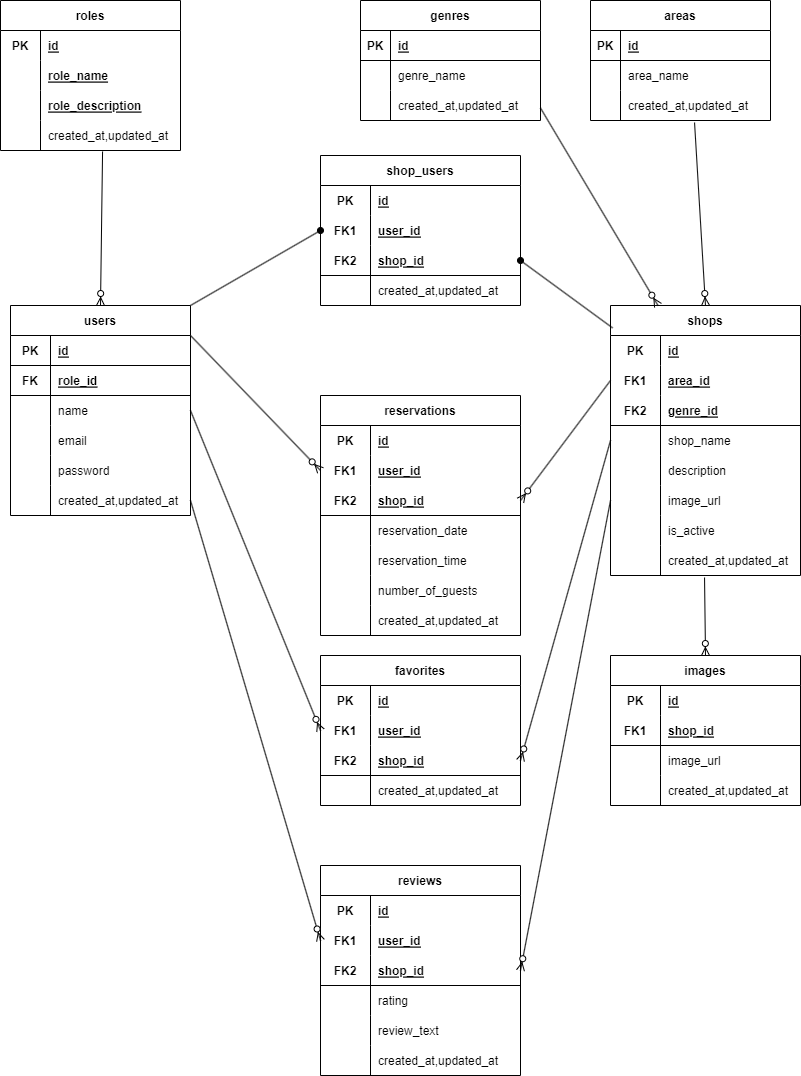
The draw.io diagram er.drawio.png in fujico23/rese-system-application, before a commit. Source tidied: cells renumbered, new cells last; positions are measured from the earlier drawing's top-left corner, leaving out a move shared by most shapes.
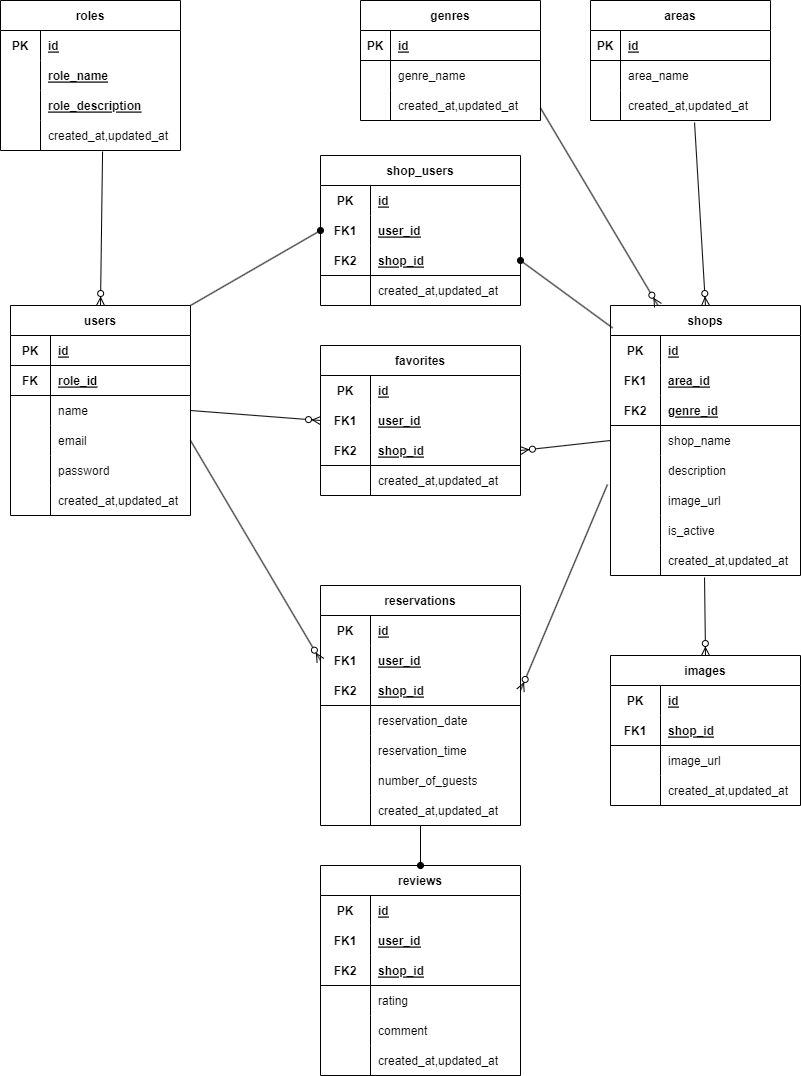
The same file after the commit.

Diff of the diagram source:
```diff
@@ -195,7 +195,7 @@
       <mxGeometry x="50" width="140" height="30" as="geometry" />
     </mxCell>
     <mxCell id="66" value="favorites" style="shape=table;startSize=30;rowLines=0;fontStyle=1;align=center;rounded=0;" parent="1" vertex="1">
-      <mxGeometry x="320" y="655" width="200" height="150" as="geometry" />
+      <mxGeometry x="320" y="345" width="200" height="150" as="geometry" />
     </mxCell>
     <mxCell id="67" style="shape=tableRow;horizontal=0;startSize=0;swimlaneHead=0;swimlaneBody=0;fillColor=none;top=0;left=0;right=0;bottom=0;rounded=0;" parent="66" vertex="1">
       <mxGeometry y="30" width="200" height="30" as="geometry" />
@@ -234,7 +234,7 @@
       <mxGeometry x="50" width="150" height="30" as="geometry" />
     </mxCell>
     <mxCell id="79" value="reservations" style="shape=table;startSize=30;rowLines=0;fontStyle=1;align=center;rounded=0;" parent="1" vertex="1">
-      <mxGeometry x="320" y="395" width="200" height="240" as="geometry" />
+      <mxGeometry x="320" y="585" width="200" height="240" as="geometry" />
     </mxCell>
     <mxCell id="80" style="shape=tableRow;horizontal=0;startSize=0;swimlaneHead=0;swimlaneBody=0;fillColor=none;top=0;left=0;right=0;bottom=0;rounded=0;" parent="79" vertex="1">
       <mxGeometry y="30" width="200" height="30" as="geometry" />
@@ -341,12 +341,10 @@
     <mxCell id="114" style="fontSize=12;html=1;endArrow=ERzeroToMany;endFill=1;rounded=0;exitX=1;exitY=0.5;exitDx=0;exitDy=0;entryX=0;entryY=0.5;entryDx=0;entryDy=0;" parent="1" edge="1" source="9" target="70">
       <mxGeometry relative="1" as="geometry" />
     </mxCell>
-    <mxCell id="115" style="fontSize=12;html=1;endArrow=ERzeroToMany;endFill=1;rounded=0;exitX=1;exitY=0.5;exitDx=0;exitDy=0;entryX=0;entryY=0.5;entryDx=0;entryDy=0;" parent="1" edge="1" target="83">
-      <mxGeometry relative="1" as="geometry">
-        <mxPoint x="190" y="335" as="sourcePoint" />
-      </mxGeometry>
+    <mxCell id="115" style="fontSize=12;html=1;endArrow=ERzeroToMany;endFill=1;rounded=0;exitX=1;exitY=0.5;exitDx=0;exitDy=0;entryX=0;entryY=0.5;entryDx=0;entryDy=0;" parent="1" edge="1" source="12" target="83">
+      <mxGeometry relative="1" as="geometry" />
     </mxCell>
-    <mxCell id="116" style="fontSize=12;html=1;endArrow=ERzeroToMany;endFill=1;rounded=0;entryX=1;entryY=0.5;entryDx=0;entryDy=0;exitX=0;exitY=0.5;exitDx=0;exitDy=0;" parent="1" edge="1" source="45" target="86">
+    <mxCell id="116" style="fontSize=12;html=1;endArrow=ERzeroToMany;endFill=1;rounded=0;entryX=1;entryY=0.5;entryDx=0;entryDy=0;exitX=-0.016;exitY=-0.033;exitDx=0;exitDy=0;exitPerimeter=0;" parent="1" edge="1" source="57" target="86">
       <mxGeometry relative="1" as="geometry" />
     </mxCell>
     <mxCell id="117" style="fontSize=12;html=1;endArrow=ERzeroToMany;endFill=1;rounded=0;entryX=1;entryY=0.5;entryDx=0;entryDy=0;exitX=0;exitY=0.5;exitDx=0;exitDy=0;" parent="1" edge="1" source="51" target="73">
@@ -405,7 +403,7 @@
     <mxCell id="134" style="shape=partialRectangle;fillColor=none;top=0;left=0;bottom=0;right=0;overflow=hidden;rounded=0;" parent="133" vertex="1">
       <mxGeometry width="50" height="30" as="geometry" />
     </mxCell>
-    <mxCell id="135" value="review_text" style="shape=partialRectangle;fillColor=none;top=0;left=0;bottom=0;right=0;align=left;spacingLeft=6;overflow=hidden;rounded=0;" parent="133" vertex="1">
+    <mxCell id="135" value="comment" style="shape=partialRectangle;fillColor=none;top=0;left=0;bottom=0;right=0;align=left;spacingLeft=6;overflow=hidden;rounded=0;" parent="133" vertex="1">
       <mxGeometry x="50" width="150" height="30" as="geometry" />
     </mxCell>
     <mxCell id="136" style="shape=tableRow;horizontal=0;startSize=0;swimlaneHead=0;swimlaneBody=0;fillColor=none;top=0;left=0;right=0;bottom=0;rounded=0;" parent="120" vertex="1">
@@ -417,12 +415,6 @@
     <mxCell id="138" value="created_at,updated_at" style="shape=partialRectangle;fillColor=none;top=0;left=0;bottom=0;right=0;align=left;spacingLeft=6;overflow=hidden;rounded=0;" parent="136" vertex="1">
       <mxGeometry x="50" width="150" height="30" as="geometry" />
     </mxCell>
-    <mxCell id="139" style="fontSize=12;html=1;endArrow=ERzeroToMany;endFill=1;rounded=0;exitX=1;exitY=0.5;exitDx=0;exitDy=0;entryX=0;entryY=0.5;entryDx=0;entryDy=0;" parent="1" edge="1" source="18" target="124">
-      <mxGeometry relative="1" as="geometry" />
-    </mxCell>
-    <mxCell id="140" style="fontSize=12;html=1;endArrow=ERzeroToMany;endFill=1;rounded=0;entryX=1;entryY=0.5;entryDx=0;entryDy=0;exitX=0;exitY=0.5;exitDx=0;exitDy=0;" parent="1" edge="1" source="57" target="127">
-      <mxGeometry relative="1" as="geometry" />
-    </mxCell>
     <mxCell id="141" style="fontSize=12;html=1;endArrow=ERzeroToMany;endFill=1;rounded=0;exitX=0.567;exitY=1.033;exitDx=0;exitDy=0;entryX=0.5;entryY=0;entryDx=0;entryDy=0;exitPerimeter=0;" parent="1" edge="1" source="111" target="2">
       <mxGeometry relative="1" as="geometry" />
     </mxCell>
@@ -513,5 +505,8 @@
     <mxCell id="170" style="fontSize=12;html=1;endArrow=oval;endFill=1;rounded=0;entryX=1;entryY=0.5;entryDx=0;entryDy=0;exitX=0.011;exitY=0.083;exitDx=0;exitDy=0;exitPerimeter=0;" parent="1" edge="1" source="41" target="163">
       <mxGeometry relative="1" as="geometry" />
     </mxCell>
+    <mxCell id="171" style="fontSize=12;html=1;endArrow=oval;endFill=1;rounded=0;entryX=0.5;entryY=0;entryDx=0;entryDy=0;" parent="1" edge="1" source="98" target="120">
+      <mxGeometry relative="1" as="geometry" />
+    </mxCell>
   </root>
 </mxGraphModel>
```
